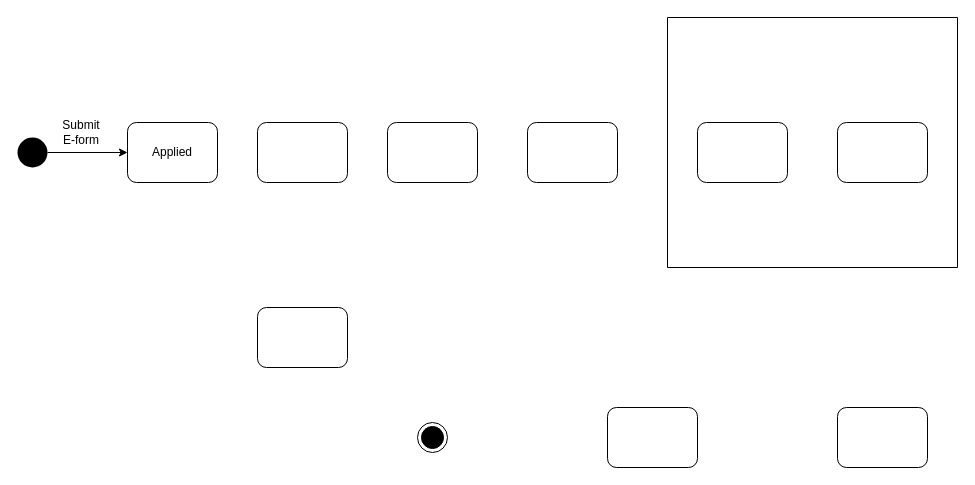
Earlier version of the draw.io diagram StateM.drawio (forthegame/ANU2024). Source tidied: cells renumbered, new cells numbered last; positions are measured from the earlier drawing's top-left corner, leaving out a move shared by most shapes. Both pictures are drawn from the tidied source at 100%, with x=0, y=0 at pixel (17, 17).
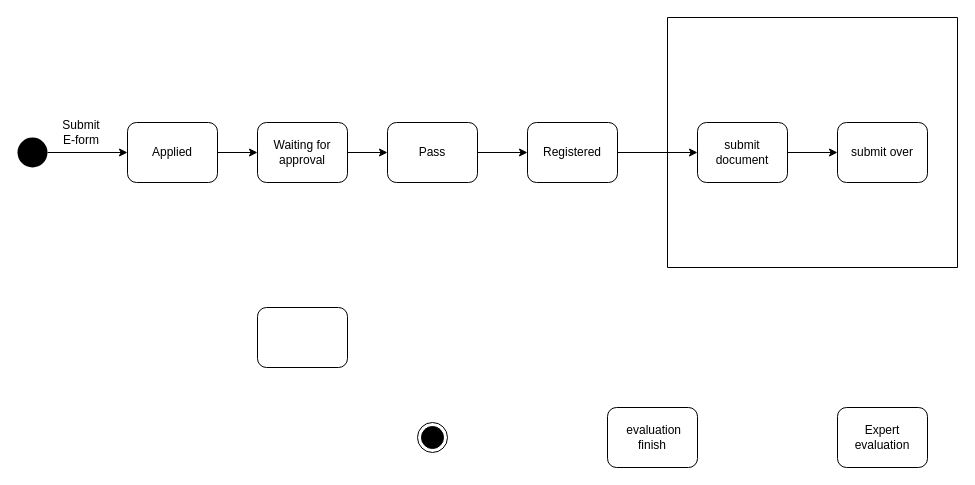
After the change.

Unchanged cells that the change refers to:
```xml
<mxCell id="4" value="Applied" style="rounded=1;whiteSpace=wrap;html=1;" parent="1" vertex="1">
  <mxGeometry x="110" y="105" width="90" height="60" as="geometry" />
</mxCell>
```

The edit, as a diff of the source:
```diff
@@
+    <mxCell id="16" style="edgeStyle=orthogonalEdgeStyle;rounded=0;jettySize=auto;html=1;exitX=1;exitY=0.5;exitDx=0;exitDy=0;entryX=0;entryY=0.5;entryDx=0;entryDy=0;" parent="1" edge="1" source="4" target="5">
+      <mxGeometry relative="1" as="geometry" />
+    </mxCell>
@@
+    <mxCell id="17" style="edgeStyle=orthogonalEdgeStyle;rounded=0;jettySize=auto;html=1;exitX=1;exitY=0.5;exitDx=0;exitDy=0;entryX=0;entryY=0.5;entryDx=0;entryDy=0;" parent="1" edge="1" source="5" target="6">
+      <mxGeometry relative="1" as="geometry" />
+    </mxCell>
-    <mxCell id="5" style="rounded=1;whiteSpace=wrap;html=1;" parent="1" vertex="1">
+    <mxCell id="5" value="Waiting for approval" style="rounded=1;whiteSpace=wrap;html=1;" parent="1" vertex="1">
       <mxGeometry x="240" y="105" width="90" height="60" as="geometry" />
     </mxCell>
+    <mxCell id="18" style="edgeStyle=orthogonalEdgeStyle;rounded=0;jettySize=auto;html=1;exitX=1;exitY=0.5;exitDx=0;exitDy=0;entryX=0;entryY=0.5;entryDx=0;entryDy=0;" parent="1" edge="1" source="6" target="7">
+      <mxGeometry relative="1" as="geometry" />
+    </mxCell>
-    <mxCell id="6" style="rounded=1;whiteSpace=wrap;html=1;" parent="1" vertex="1">
+    <mxCell id="6" value="Pass" style="rounded=1;whiteSpace=wrap;html=1;" parent="1" vertex="1">
       <mxGeometry x="370" y="105" width="90" height="60" as="geometry" />
     </mxCell>
+    <mxCell id="19" style="edgeStyle=orthogonalEdgeStyle;rounded=0;jettySize=auto;html=1;exitX=1;exitY=0.5;exitDx=0;exitDy=0;entryX=0;entryY=0.5;entryDx=0;entryDy=0;" parent="1" edge="1" source="7" target="8">
+      <mxGeometry relative="1" as="geometry" />
+    </mxCell>
-    <mxCell id="7" style="rounded=1;whiteSpace=wrap;html=1;fontStyle=1;" parent="1" vertex="1">
+    <mxCell id="7" value="&lt;span style=&quot;font-weight: normal&quot;&gt;Registered&lt;/span&gt;" style="rounded=1;whiteSpace=wrap;html=1;fontStyle=1;" parent="1" vertex="1">
       <mxGeometry x="510" y="105" width="90" height="60" as="geometry" />
     </mxCell>
+    <mxCell id="20" style="edgeStyle=orthogonalEdgeStyle;rounded=0;jettySize=auto;html=1;exitX=1;exitY=0.5;exitDx=0;exitDy=0;entryX=0;entryY=0.5;entryDx=0;entryDy=0;" parent="1" edge="1" source="8" target="9">
+      <mxGeometry relative="1" as="geometry" />
+    </mxCell>
-    <mxCell id="8" style="rounded=1;whiteSpace=wrap;html=1;" parent="1" vertex="1">
+    <mxCell id="8" value="submit document" style="rounded=1;whiteSpace=wrap;html=1;" parent="1" vertex="1">
       <mxGeometry x="680" y="105" width="90" height="60" as="geometry" />
     </mxCell>
-    <mxCell id="9" style="rounded=1;whiteSpace=wrap;html=1;" parent="1" vertex="1">
+    <mxCell id="9" value="submit over" style="rounded=1;whiteSpace=wrap;html=1;" parent="1" vertex="1">
       <mxGeometry x="820" y="105" width="90" height="60" as="geometry" />
     </mxCell>
@@
-    <mxCell id="11" style="rounded=1;whiteSpace=wrap;html=1;" parent="1" vertex="1">
+    <mxCell id="11" value="Expert evaluation" style="rounded=1;whiteSpace=wrap;html=1;" parent="1" vertex="1">
       <mxGeometry x="820" y="390" width="90" height="60" as="geometry" />
     </mxCell>
-    <mxCell id="12" style="rounded=1;whiteSpace=wrap;html=1;" parent="1" vertex="1">
+    <mxCell id="12" value="&amp;nbsp;evaluation finish" style="rounded=1;whiteSpace=wrap;html=1;" parent="1" vertex="1">
       <mxGeometry x="590" y="390" width="90" height="60" as="geometry" />
     </mxCell>
```
